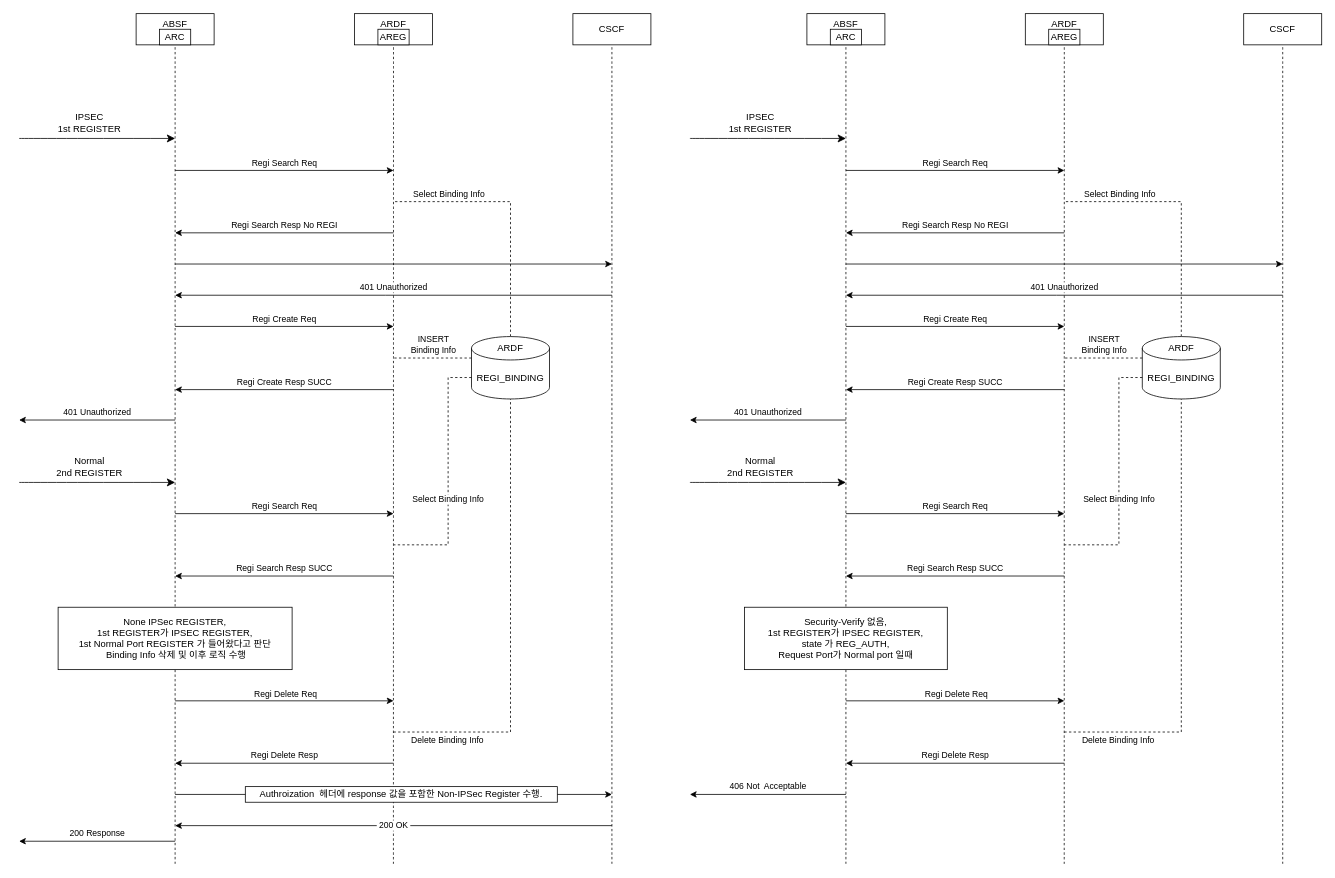
Above: page "페이지-4" (4 of 4) of 문서 작업.drawio in JaeHyeon774/NEWTIL (draw.io), before the change. Source tidied: cells renumbered, new cells numbered last; positions are measured from the earlier drawing's top-left corner, leaving out a move shared by most shapes. Both pictures are drawn from the tidied source at 78%, with x=0, y=0 at pixel (19, 13).
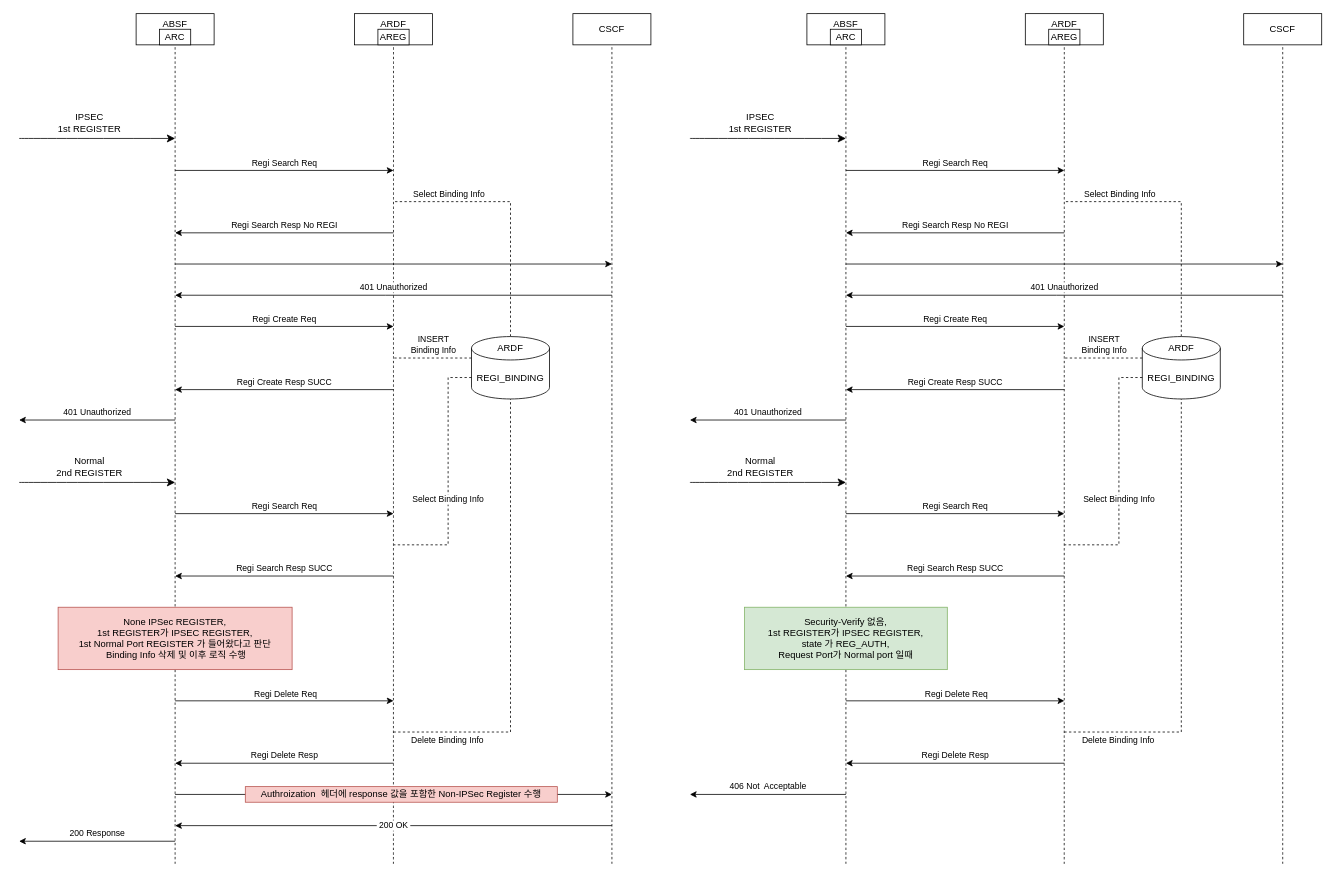
The same diagram, later.

Commit message:
문서 작업.drawio 업데이트

The edit, as a diff of the source:
```diff
@@
-    <mxCell id="28" value="&lt;div&gt;Security-Verify 없음,&lt;/div&gt;1st REGISTER가 IPSEC REGISTER,&lt;br&gt;state 가 REG_AUTH,&lt;br&gt;Request Port가 Normal port 일때" style="rounded=0;whiteSpace=wrap;html=1;" parent="1" vertex="1">
+    <mxCell id="28" value="&lt;div&gt;Security-Verify 없음,&lt;/div&gt;1st REGISTER가 IPSEC REGISTER,&lt;br&gt;state 가 REG_AUTH,&lt;br&gt;Request Port가 Normal port 일때" style="rounded=0;whiteSpace=wrap;html=1;fillColor=#d5e8d4;strokeColor=#82b366;" parent="1" vertex="1">
       <mxGeometry x="930" y="761" width="260" height="80" as="geometry" />
     </mxCell>
@@
-    <mxCell id="63" value="None IPSec REGISTER,&lt;div&gt;1st REGISTER가 IPSEC REGISTER,&lt;/div&gt;&lt;div&gt;1st Normal Port REGISTER 가 들어왔다고 판단&lt;/div&gt;&lt;div&gt;&amp;nbsp;Binding Info 삭제 및 이후 로직 수행&lt;/div&gt;" style="rounded=0;whiteSpace=wrap;html=1;" parent="1" vertex="1">
+    <mxCell id="63" value="None IPSec REGISTER,&lt;div&gt;1st REGISTER가 IPSEC REGISTER,&lt;/div&gt;&lt;div&gt;1st Normal Port REGISTER 가 들어왔다고 판단&lt;/div&gt;&lt;div&gt;&amp;nbsp;Binding Info 삭제 및 이후 로직 수행&lt;/div&gt;" style="rounded=0;whiteSpace=wrap;html=1;fillColor=#f8cecc;strokeColor=#b85450;" parent="1" vertex="1">
       <mxGeometry x="50" y="761" width="300" height="80" as="geometry" />
     </mxCell>
@@
-    <mxCell id="65" value="Authroization&amp;nbsp; 헤더에 response 값을 포함한 Non-IPSec Register 수행." style="rounded=0;whiteSpace=wrap;html=1;" parent="1" vertex="1">
+    <mxCell id="65" value="Authroization&amp;nbsp; 헤더에 response 값을 포함한 Non-IPSec Register 수행" style="rounded=0;whiteSpace=wrap;html=1;fillColor=#f8cecc;strokeColor=#b85450;" parent="1" vertex="1">
       <mxGeometry x="290" y="991" width="400" height="20" as="geometry" />
     </mxCell>
```
